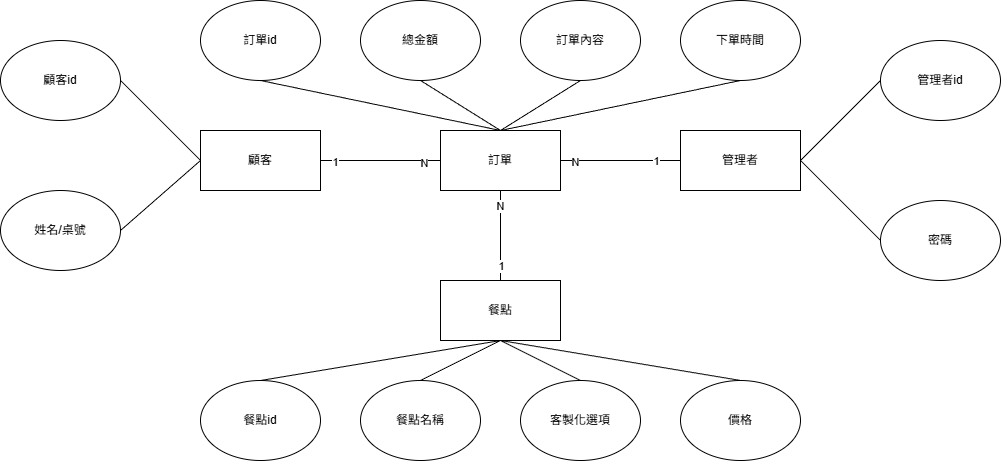
Earlier version of the draw.io export documents/ERD.drawio.png (yuchen69/ordering-system). Source tidied: cells renumbered, new cells last; positions are measured from the earlier drawing's top-left corner, leaving out a move shared by most shapes.
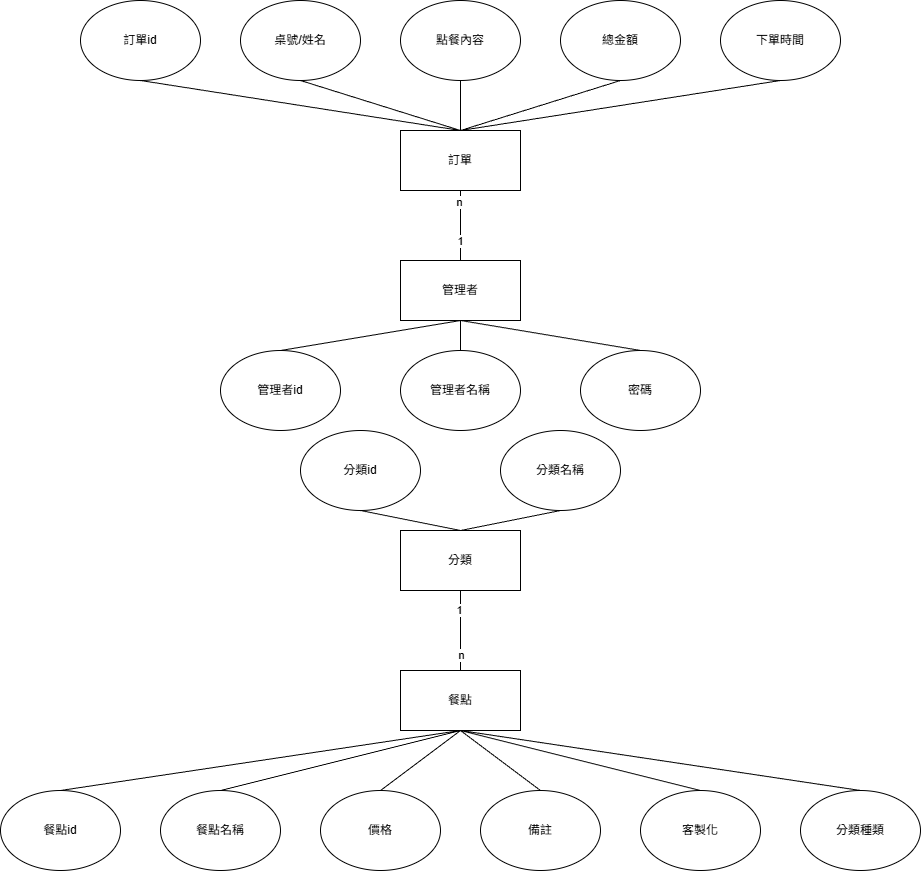
The same diagram one commit later.

What changed in the source:
```diff
@@ -2,51 +2,29 @@
   <root>
     <mxCell id="0" />
     <mxCell id="1" parent="0" />
-    <mxCell id="2" value="顧客" style="rounded=0;whiteSpace=wrap;html=1;" parent="1" vertex="1">
-      <mxGeometry x="200" y="130" width="120" height="60" as="geometry" />
+    <mxCell id="2" value="分類" style="rounded=0;whiteSpace=wrap;html=1;" parent="1" vertex="1">
+      <mxGeometry x="440" y="340" width="120" height="60" as="geometry" />
     </mxCell>
     <mxCell id="3" value="管理者" style="rounded=0;whiteSpace=wrap;html=1;" parent="1" vertex="1">
-      <mxGeometry x="680" y="130" width="120" height="60" as="geometry" />
+      <mxGeometry x="440" y="70" width="120" height="60" as="geometry" />
     </mxCell>
     <mxCell id="4" value="餐點" style="rounded=0;whiteSpace=wrap;html=1;" parent="1" vertex="1">
-      <mxGeometry x="440" y="280" width="120" height="60" as="geometry" />
+      <mxGeometry x="440" y="480" width="120" height="60" as="geometry" />
     </mxCell>
-    <mxCell id="5" style="endArrow=none;html=1;rounded=0;exitX=1;exitY=0.5;exitDx=0;exitDy=0;entryX=0;entryY=0.5;entryDx=0;entryDy=0;" parent="1" edge="1" target="3">
-      <mxGeometry relative="1" as="geometry">
-        <mxPoint x="560" y="160" as="sourcePoint" />
-      </mxGeometry>
-    </mxCell>
-    <mxCell id="6" value="N" style="edgeLabel;html=1;align=center;verticalAlign=middle;" parent="5" vertex="1">
-      <mxGeometry x="-0.77" y="-1" relative="1" as="geometry" />
-    </mxCell>
-    <mxCell id="7" value="1" style="edgeLabel;html=1;align=center;verticalAlign=middle;" parent="5" vertex="1">
-      <mxGeometry x="0.58" relative="1" as="geometry" />
-    </mxCell>
-    <mxCell id="8" style="endArrow=none;html=1;rounded=0;exitX=1;exitY=0.5;exitDx=0;exitDy=0;entryX=0;entryY=0.5;entryDx=0;entryDy=0;" parent="1" edge="1" source="2">
-      <mxGeometry relative="1" as="geometry">
-        <mxPoint x="440" y="160" as="targetPoint" />
-      </mxGeometry>
-    </mxCell>
-    <mxCell id="9" value="1" style="edgeLabel;html=1;align=center;verticalAlign=middle;" parent="8" vertex="1">
-      <mxGeometry x="-0.77" y="-1" relative="1" as="geometry" />
-    </mxCell>
-    <mxCell id="10" value="N" style="edgeLabel;html=1;align=center;verticalAlign=middle;" parent="8" vertex="1">
-      <mxGeometry x="0.72" y="-2" relative="1" as="geometry" />
-    </mxCell>
-    <mxCell id="11" value="顧客id" style="ellipse;whiteSpace=wrap;html=1;" parent="1" vertex="1">
-      <mxGeometry y="40" width="120" height="80" as="geometry" />
+    <mxCell id="11" value="分類id" style="ellipse;whiteSpace=wrap;html=1;" parent="1" vertex="1">
+      <mxGeometry x="340" y="240" width="120" height="80" as="geometry" />
     </mxCell>
-    <mxCell id="12" value="姓名/桌號" style="ellipse;whiteSpace=wrap;html=1;" parent="1" vertex="1">
-      <mxGeometry y="190" width="120" height="80" as="geometry" />
+    <mxCell id="12" value="分類名稱" style="ellipse;whiteSpace=wrap;html=1;" parent="1" vertex="1">
+      <mxGeometry x="540" y="240" width="120" height="80" as="geometry" />
     </mxCell>
     <mxCell id="13" value="訂單" style="rounded=0;whiteSpace=wrap;html=1;" parent="1" vertex="1">
-      <mxGeometry x="440" y="130" width="120" height="60" as="geometry" />
+      <mxGeometry x="440" y="-60" width="120" height="60" as="geometry" />
     </mxCell>
     <mxCell id="14" value="餐點id" style="ellipse;whiteSpace=wrap;html=1;" parent="1" vertex="1">
-      <mxGeometry x="200" y="380" width="120" height="80" as="geometry" />
+      <mxGeometry x="40" y="600" width="120" height="80" as="geometry" />
     </mxCell>
-    <mxCell id="15" value="客製化選項" style="ellipse;whiteSpace=wrap;html=1;" parent="1" vertex="1">
-      <mxGeometry x="520" y="380" width="120" height="80" as="geometry" />
+    <mxCell id="15" value="價格" style="ellipse;whiteSpace=wrap;html=1;" parent="1" vertex="1">
+      <mxGeometry x="360" y="600" width="120" height="80" as="geometry" />
     </mxCell>
     <mxCell id="16" style="endArrow=none;html=1;rounded=0;exitX=0.5;exitY=0;exitDx=0;exitDy=0;entryX=0.5;entryY=1;entryDx=0;entryDy=0;" parent="1" edge="1" source="14" target="4">
       <mxGeometry relative="1" as="geometry" />
@@ -54,44 +32,38 @@
     <mxCell id="17" style="endArrow=none;html=1;rounded=0;exitX=0.5;exitY=0;exitDx=0;exitDy=0;entryX=0.5;entryY=1;entryDx=0;entryDy=0;" parent="1" edge="1" source="15" target="4">
       <mxGeometry relative="1" as="geometry" />
     </mxCell>
-    <mxCell id="18" style="endArrow=none;html=1;rounded=0;exitX=0;exitY=0.5;exitDx=0;exitDy=0;entryX=1;entryY=0.5;entryDx=0;entryDy=0;" parent="1" edge="1" source="2" target="12">
+    <mxCell id="18" style="endArrow=none;html=1;rounded=0;exitX=0.5;exitY=0;exitDx=0;exitDy=0;entryX=0.5;entryY=1;entryDx=0;entryDy=0;" parent="1" edge="1" source="2" target="12">
       <mxGeometry relative="1" as="geometry" />
     </mxCell>
-    <mxCell id="19" style="endArrow=none;html=1;rounded=0;exitX=0;exitY=0.5;exitDx=0;exitDy=0;entryX=1;entryY=0.5;entryDx=0;entryDy=0;" parent="1" edge="1" source="2" target="11">
+    <mxCell id="19" style="endArrow=none;html=1;rounded=0;exitX=0.5;exitY=0;exitDx=0;exitDy=0;entryX=0.5;entryY=1;entryDx=0;entryDy=0;" parent="1" edge="1" source="2" target="11">
       <mxGeometry relative="1" as="geometry" />
     </mxCell>
     <mxCell id="20" value="管理者id" style="ellipse;whiteSpace=wrap;html=1;" parent="1" vertex="1">
-      <mxGeometry x="880" y="40" width="120" height="80" as="geometry" />
+      <mxGeometry x="260" y="160" width="120" height="80" as="geometry" />
     </mxCell>
-    <mxCell id="21" value="密碼" style="ellipse;whiteSpace=wrap;html=1;" parent="1" vertex="1">
-      <mxGeometry x="880" y="200" width="120" height="80" as="geometry" />
+    <mxCell id="21" value="管理者名稱" style="ellipse;whiteSpace=wrap;html=1;" parent="1" vertex="1">
+      <mxGeometry x="440" y="160" width="120" height="80" as="geometry" />
     </mxCell>
-    <mxCell id="22" style="endArrow=none;html=1;rounded=0;exitX=1;exitY=0.5;exitDx=0;exitDy=0;entryX=0;entryY=0.5;entryDx=0;entryDy=0;" parent="1" edge="1" source="3" target="20">
-      <mxGeometry relative="1" as="geometry" />
-    </mxCell>
-    <mxCell id="23" style="endArrow=none;html=1;rounded=0;entryX=0;entryY=0.5;entryDx=0;entryDy=0;exitX=1;exitY=0.5;exitDx=0;exitDy=0;" parent="1" edge="1" source="3" target="21">
-      <mxGeometry relative="1" as="geometry" />
-    </mxCell>
     <mxCell id="24" value="訂單id" style="ellipse;whiteSpace=wrap;html=1;" parent="1" vertex="1">
-      <mxGeometry x="200" width="120" height="80" as="geometry" />
+      <mxGeometry x="120" y="-190" width="120" height="80" as="geometry" />
     </mxCell>
     <mxCell id="25" value="餐點名稱" style="ellipse;whiteSpace=wrap;html=1;" parent="1" vertex="1">
-      <mxGeometry x="360" y="380" width="120" height="80" as="geometry" />
+      <mxGeometry x="200" y="600" width="120" height="80" as="geometry" />
     </mxCell>
     <mxCell id="26" style="endArrow=none;html=1;rounded=0;exitX=0.5;exitY=1;exitDx=0;exitDy=0;entryX=0.5;entryY=0;entryDx=0;entryDy=0;" parent="1" edge="1" source="4" target="25">
       <mxGeometry relative="1" as="geometry" />
     </mxCell>
-    <mxCell id="27" value="價格" style="ellipse;whiteSpace=wrap;html=1;" parent="1" vertex="1">
-      <mxGeometry x="680" y="380" width="120" height="80" as="geometry" />
+    <mxCell id="27" value="備註" style="ellipse;whiteSpace=wrap;html=1;" parent="1" vertex="1">
+      <mxGeometry x="520" y="600" width="120" height="80" as="geometry" />
     </mxCell>
     <mxCell id="28" style="endArrow=none;html=1;rounded=0;exitX=0.5;exitY=1;exitDx=0;exitDy=0;entryX=0.5;entryY=0;entryDx=0;entryDy=0;" parent="1" edge="1" source="4" target="27">
       <mxGeometry relative="1" as="geometry" />
     </mxCell>
-    <mxCell id="29" value="總金額&lt;span style=&quot;color: rgba(0, 0, 0, 0); font-family: monospace; font-size: 0px; text-align: start; text-wrap-mode: nowrap;&quot;&gt;%3CmxGraphModel%3E%3Croot%3E%3CmxCell%20id%3D%220%22%2F%3E%3CmxCell%20id%3D%221%22%20parent%3D%220%22%2F%3E%3CmxCell%20id%3D%222%22%20parent%3D%221%22%20style%3D%22ellipse%3BwhiteSpace%3Dwrap%3Bhtml%3D1%3B%22%20value%3D%22%E8%A8%82%E5%96%AEid%22%20vertex%3D%221%22%3E%3CmxGeometry%20height%3D%2280%22%20width%3D%22120%22%20x%3D%221580%22%20y%3D%22760%22%20as%3D%22geometry%22%2F%3E%3C%2FmxCell%3E%3C%2Froot%3E%3C%2FmxGraphModel%3E&lt;/span&gt;" style="ellipse;whiteSpace=wrap;html=1;" parent="1" vertex="1">
-      <mxGeometry x="360" width="120" height="80" as="geometry" />
+    <mxCell id="29" value="桌號/姓名" style="ellipse;whiteSpace=wrap;html=1;" parent="1" vertex="1">
+      <mxGeometry x="280" y="-190" width="120" height="80" as="geometry" />
     </mxCell>
-    <mxCell id="30" value="訂單內容" style="ellipse;whiteSpace=wrap;html=1;" parent="1" vertex="1">
-      <mxGeometry x="520" width="120" height="80" as="geometry" />
+    <mxCell id="30" value="點餐內容" style="ellipse;whiteSpace=wrap;html=1;" parent="1" vertex="1">
+      <mxGeometry x="440" y="-190" width="120" height="80" as="geometry" />
     </mxCell>
     <mxCell id="31" style="endArrow=none;html=1;rounded=0;exitX=0.5;exitY=1;exitDx=0;exitDy=0;entryX=0.5;entryY=0;entryDx=0;entryDy=0;" parent="1" edge="1" source="24" target="13">
       <mxGeometry relative="1" as="geometry" />
@@ -102,22 +74,61 @@
     <mxCell id="33" style="endArrow=none;html=1;rounded=0;exitX=0.5;exitY=1;exitDx=0;exitDy=0;entryX=0.5;entryY=0;entryDx=0;entryDy=0;" parent="1" edge="1" source="30" target="13">
       <mxGeometry relative="1" as="geometry" />
     </mxCell>
-    <mxCell id="34" value="下單時間" style="ellipse;whiteSpace=wrap;html=1;" parent="1" vertex="1">
-      <mxGeometry x="680" width="120" height="80" as="geometry" />
+    <mxCell id="34" value="總金額" style="ellipse;whiteSpace=wrap;html=1;" parent="1" vertex="1">
+      <mxGeometry x="600" y="-190" width="120" height="80" as="geometry" />
     </mxCell>
     <mxCell id="35" style="endArrow=none;html=1;rounded=0;entryX=0.5;entryY=1;entryDx=0;entryDy=0;exitX=0.5;exitY=0;exitDx=0;exitDy=0;" parent="1" edge="1" source="13" target="34">
       <mxGeometry relative="1" as="geometry" />
     </mxCell>
-    <mxCell id="36" style="endArrow=none;html=1;rounded=0;entryX=0.5;entryY=1;entryDx=0;entryDy=0;exitX=0.5;exitY=0;exitDx=0;exitDy=0;" parent="1" edge="1" source="4" target="13">
+    <mxCell id="36" style="endArrow=none;html=1;rounded=0;entryX=0.5;entryY=1;entryDx=0;entryDy=0;exitX=0.5;exitY=0;exitDx=0;exitDy=0;" parent="1" edge="1" source="4" target="2">
       <mxGeometry relative="1" as="geometry" />
     </mxCell>
-    <mxCell id="37" value="N" style="edgeLabel;html=1;align=center;verticalAlign=middle;" parent="36" vertex="1">
-      <mxGeometry x="0.67" y="1" relative="1" as="geometry" />
-    </mxCell>
-    <mxCell id="38" value="1" style="edgeLabel;html=1;align=center;verticalAlign=middle;" parent="36" vertex="1">
-      <mxGeometry x="-0.67" y="3" relative="1" as="geometry">
-        <mxPoint x="3" as="offset" />
-      </mxGeometry>
-    </mxCell>
+    <mxCell id="39" value="1" style="edgeLabel;html=1;align=center;verticalAlign=middle;" parent="36" vertex="1">
+      <mxGeometry x="0.52" y="2" relative="1" as="geometry" />
+    </mxCell>
+    <mxCell id="40" value="n" style="edgeLabel;html=1;align=center;verticalAlign=middle;" parent="36" vertex="1">
+      <mxGeometry x="-0.6" y="-3" relative="1" as="geometry">
+        <mxPoint x="-3" as="offset" />
+      </mxGeometry>
+    </mxCell>
+    <mxCell id="41" value="密碼" style="ellipse;whiteSpace=wrap;html=1;" parent="1" vertex="1">
+      <mxGeometry x="620" y="160" width="120" height="80" as="geometry" />
+    </mxCell>
+    <mxCell id="42" value="客製化" style="ellipse;whiteSpace=wrap;html=1;" parent="1" vertex="1">
+      <mxGeometry x="680" y="600" width="120" height="80" as="geometry" />
+    </mxCell>
+    <mxCell id="43" value="分類種類" style="ellipse;whiteSpace=wrap;html=1;" parent="1" vertex="1">
+      <mxGeometry x="840" y="600" width="120" height="80" as="geometry" />
+    </mxCell>
+    <mxCell id="44" style="endArrow=none;html=1;rounded=0;entryX=0.5;entryY=0;entryDx=0;entryDy=0;exitX=0.5;exitY=1;exitDx=0;exitDy=0;" parent="1" edge="1" source="4" target="42">
+      <mxGeometry relative="1" as="geometry" />
+    </mxCell>
+    <mxCell id="45" style="endArrow=none;html=1;rounded=0;entryX=0.5;entryY=0;entryDx=0;entryDy=0;exitX=0.5;exitY=1;exitDx=0;exitDy=0;" parent="1" edge="1" source="4" target="43">
+      <mxGeometry relative="1" as="geometry" />
+    </mxCell>
+    <mxCell id="46" value="下單時間" style="ellipse;whiteSpace=wrap;html=1;" parent="1" vertex="1">
+      <mxGeometry x="760" y="-190" width="120" height="80" as="geometry" />
+    </mxCell>
+    <mxCell id="47" style="endArrow=none;html=1;rounded=0;entryX=0.5;entryY=1;entryDx=0;entryDy=0;exitX=0.5;exitY=0;exitDx=0;exitDy=0;" parent="1" edge="1" source="13" target="46">
+      <mxGeometry relative="1" as="geometry" />
+    </mxCell>
+    <mxCell id="48" style="endArrow=none;html=1;rounded=0;entryX=0.5;entryY=1;entryDx=0;entryDy=0;exitX=0.5;exitY=0;exitDx=0;exitDy=0;" parent="1" edge="1" source="20" target="3">
+      <mxGeometry relative="1" as="geometry" />
+    </mxCell>
+    <mxCell id="49" style="endArrow=none;html=1;rounded=0;exitX=0.5;exitY=0;exitDx=0;exitDy=0;entryX=0.5;entryY=1;entryDx=0;entryDy=0;" parent="1" edge="1" source="21" target="3">
+      <mxGeometry relative="1" as="geometry" />
+    </mxCell>
+    <mxCell id="50" style="endArrow=none;html=1;rounded=0;entryX=0.5;entryY=1;entryDx=0;entryDy=0;exitX=0.5;exitY=0;exitDx=0;exitDy=0;" parent="1" edge="1" source="41" target="3">
+      <mxGeometry relative="1" as="geometry" />
+    </mxCell>
+    <mxCell id="51" style="endArrow=none;html=1;rounded=0;entryX=0.5;entryY=1;entryDx=0;entryDy=0;exitX=0.5;exitY=0;exitDx=0;exitDy=0;" parent="1" edge="1" source="3" target="13">
+      <mxGeometry relative="1" as="geometry" />
+    </mxCell>
+    <mxCell id="52" value="n" style="edgeLabel;html=1;align=center;verticalAlign=middle;" parent="51" vertex="1">
+      <mxGeometry x="0.68" y="2" relative="1" as="geometry" />
+    </mxCell>
+    <mxCell id="53" value="1" style="edgeLabel;html=1;align=center;verticalAlign=middle;" parent="51" vertex="1">
+      <mxGeometry x="-0.43" y="1" relative="1" as="geometry" />
+    </mxCell>
   </root>
 </mxGraphModel>
```
